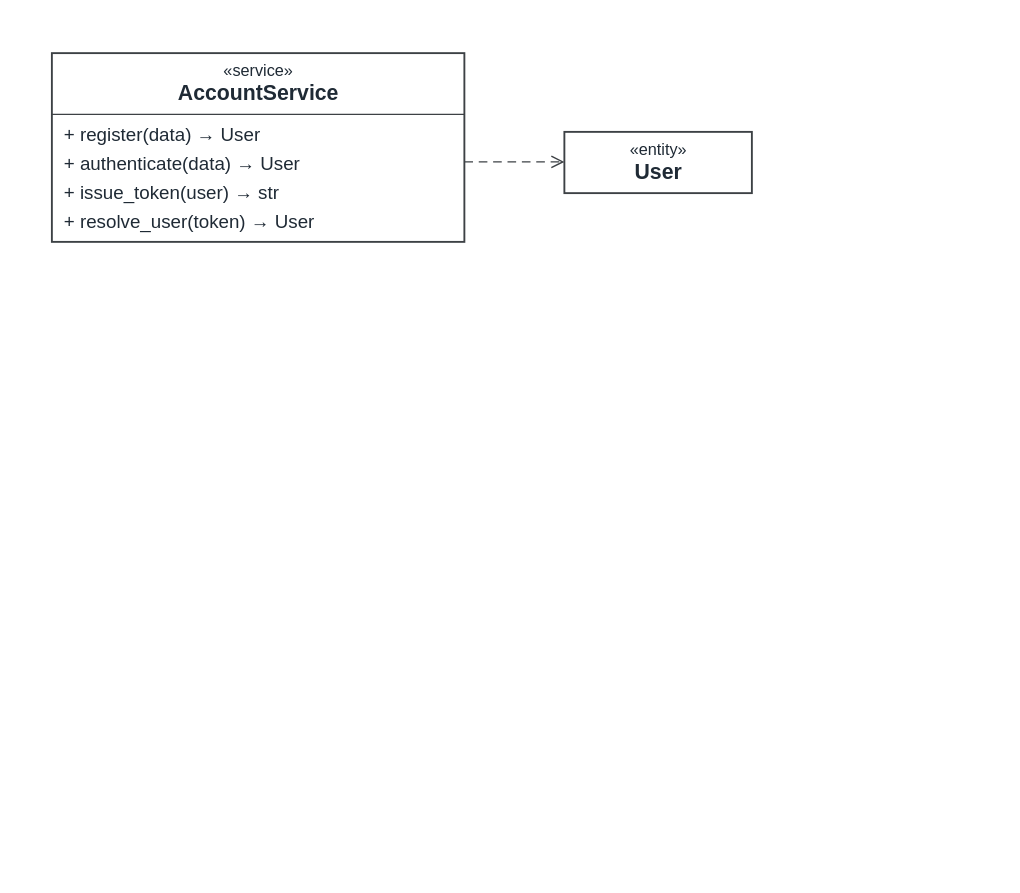
sure-660322/electronic-photo-album-system keeps this draw.io diagram as docs/面向对象设计/图稿/类图/03_账户管理设计类图.drawio. Above is the earlier version. Source tidied: cells renumbered, new cells numbered last; positions are measured from the earlier drawing's top-left corner, leaving out a move shared by most shapes. Both pictures are drawn from the tidied source at 125%, with x=0, y=0 at pixel (21, 21).
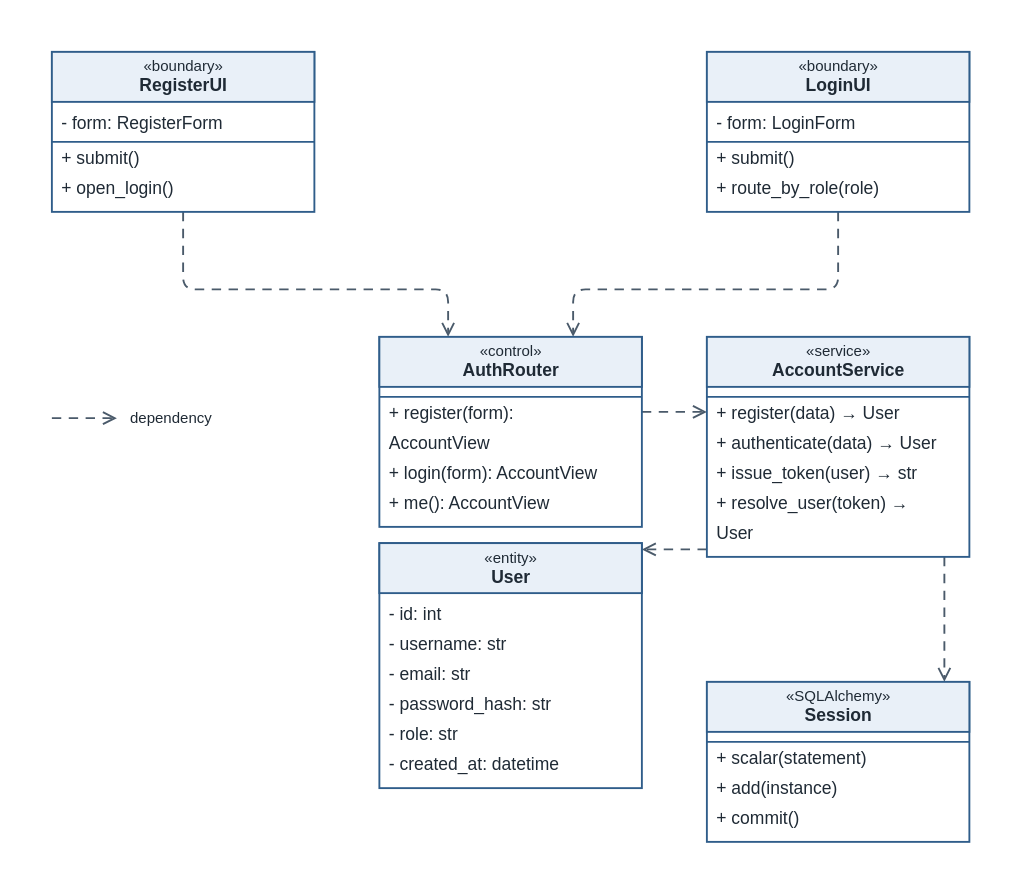
After the change.

Diff of the diagram source:
```diff
@@
     <mxCell id="2" style="rounded=0;whiteSpace=wrap;html=1;fillColor=#FFFFFF;strokeColor=none;" parent="1" vertex="1">
-      <mxGeometry width="608" height="202" as="geometry" />
+      <mxGeometry width="782" height="680" as="geometry" />
     </mxCell>
-    <mxCell id="3" style="strokeColor=#3D4145;strokeWidth=1.15;startArrow=none;endArrow=open;dashed=1;dashPattern=6 4;endFill=0;endSize=8;" parent="1" edge="1">
+    <mxCell id="3" style="strokeColor=#4A5A6A;strokeWidth=1.5;startArrow=none;endArrow=open;dashed=1;dashPattern=5 4;endFill=0;endSize=8;" parent="1" edge="1">
       <mxGeometry relative="1" as="geometry">
-        <mxPoint x="354" y="112" as="sourcePoint" />
-        <mxPoint x="434" y="112" as="targetPoint" />
+        <mxPoint x="129" y="152" as="sourcePoint" />
+        <mxPoint x="341" y="252" as="targetPoint" />
+        <Array as="points">
+          <mxPoint x="129" y="214" />
+          <mxPoint x="341" y="214" />
+        </Array>
       </mxGeometry>
     </mxCell>
-    <mxCell id="4" style="rounded=0;fillColor=#FFFFFF;strokeColor=#3D4145;strokeWidth=1.5;" parent="1" vertex="1">
-      <mxGeometry x="24" y="25" width="330" height="151" as="geometry" />
+    <mxCell id="4" style="strokeColor=#4A5A6A;strokeWidth=1.5;startArrow=none;endArrow=open;dashed=1;dashPattern=5 4;endFill=0;endSize=8;" parent="1" edge="1">
+      <mxGeometry relative="1" as="geometry">
+        <mxPoint x="653" y="152" as="sourcePoint" />
+        <mxPoint x="441" y="252" as="targetPoint" />
+        <Array as="points">
+          <mxPoint x="653" y="214" />
+          <mxPoint x="441" y="214" />
+        </Array>
+      </mxGeometry>
     </mxCell>
-    <mxCell id="5" value="«service»" style="text;html=1;align=center;verticalAlign=middle;fillColor=none;strokeColor=none;fontFamily=Microsoft YaHei;fontSize=12;fontColor=#1F2A35;fontSize=13;align=center;fontStyle=0;" parent="1" vertex="1">
-      <mxGeometry x="29" y="28" width="320" height="21" as="geometry" />
+    <mxCell id="5" style="strokeColor=#4A5A6A;strokeWidth=1.5;startArrow=none;endArrow=open;dashed=1;dashPattern=5 4;endFill=0;endSize=8;" parent="1" edge="1">
+      <mxGeometry relative="1" as="geometry">
+        <mxPoint x="496" y="312" as="sourcePoint" />
+        <mxPoint x="548" y="312" as="targetPoint" />
+      </mxGeometry>
     </mxCell>
-    <mxCell id="6" value="AccountService" style="text;html=1;align=center;verticalAlign=middle;fillColor=none;strokeColor=none;fontFamily=Microsoft YaHei;fontSize=12;fontColor=#1F2A35;fontSize=17;align=center;fontStyle=1;" parent="1" vertex="1">
-      <mxGeometry x="29" y="44" width="320" height="27" as="geometry" />
+    <mxCell id="6" style="strokeColor=#4A5A6A;strokeWidth=1.5;startArrow=none;endArrow=open;dashed=1;dashPattern=5 4;endFill=0;endSize=8;" parent="1" edge="1">
+      <mxGeometry relative="1" as="geometry">
+        <mxPoint x="548" y="422" as="sourcePoint" />
+        <mxPoint x="496" y="422" as="targetPoint" />
+      </mxGeometry>
     </mxCell>
-    <mxCell id="7" style="strokeColor=#3D4145;strokeWidth=1.15;startArrow=none;endArrow=none;" parent="1" edge="1">
+    <mxCell id="7" style="strokeColor=#4A5A6A;strokeWidth=1.5;startArrow=none;endArrow=open;dashed=1;dashPattern=5 4;endFill=0;endSize=8;" parent="1" edge="1">
       <mxGeometry relative="1" as="geometry">
-        <mxPoint x="24" y="74" as="sourcePoint" />
-        <mxPoint x="354" y="74" as="targetPoint" />
+        <mxPoint x="738" y="428" as="sourcePoint" />
+        <mxPoint x="738" y="528" as="targetPoint" />
       </mxGeometry>
     </mxCell>
-    <mxCell id="8" value="+ register(data) → User" style="text;html=1;align=center;verticalAlign=middle;fillColor=none;strokeColor=none;fontFamily=Microsoft YaHei;fontSize=12;fontColor=#1F2A35;fontSize=15;align=left;fontStyle=0;" parent="1" vertex="1">
-      <mxGeometry x="32" y="79" width="314" height="22" as="geometry" />
+    <mxCell id="8" style="rounded=0;fillColor=#FFFFFF;strokeColor=#2F5D8A;strokeWidth=1.5;" parent="1" vertex="1">
+      <mxGeometry x="24" y="24" width="210" height="128" as="geometry" />
     </mxCell>
-    <mxCell id="9" value="+ authenticate(data) → User" style="text;html=1;align=center;verticalAlign=middle;fillColor=none;strokeColor=none;fontFamily=Microsoft YaHei;fontSize=12;fontColor=#1F2A35;fontSize=15;align=left;fontStyle=0;" parent="1" vertex="1">
-      <mxGeometry x="32" y="102" width="314" height="22" as="geometry" />
+    <mxCell id="9" style="rounded=0;fillColor=#E9F0F8;strokeColor=#2F5D8A;strokeWidth=1.5;" parent="1" vertex="1">
+      <mxGeometry x="24" y="24" width="210" height="40" as="geometry" />
     </mxCell>
-    <mxCell id="10" value="+ issue_token(user) → str" style="text;html=1;align=center;verticalAlign=middle;fillColor=none;strokeColor=none;fontFamily=Microsoft YaHei;fontSize=12;fontColor=#1F2A35;fontSize=15;align=left;fontStyle=0;" parent="1" vertex="1">
-      <mxGeometry x="32" y="125" width="314" height="22" as="geometry" />
+    <mxCell id="10" value="«boundary»" style="text;html=1;align=center;verticalAlign=middle;fillColor=none;strokeColor=none;fontFamily=Microsoft YaHei;fontSize=12;fontColor=#1F2A35;fontSize=12;align=center;fontStyle=0;" parent="1" vertex="1">
+      <mxGeometry x="28" y="27" width="202" height="18" as="geometry" />
     </mxCell>
-    <mxCell id="11" value="+ resolve_user(token) → User" style="text;html=1;align=center;verticalAlign=middle;fillColor=none;strokeColor=none;fontFamily=Microsoft YaHei;fontSize=12;fontColor=#1F2A35;fontSize=15;align=left;fontStyle=0;" parent="1" vertex="1">
-      <mxGeometry x="32" y="148" width="314" height="22" as="geometry" />
+    <mxCell id="11" value="RegisterUI" style="text;html=1;align=center;verticalAlign=middle;fillColor=none;strokeColor=none;fontFamily=Microsoft YaHei;fontSize=12;fontColor=#1F2A35;fontSize=14;align=center;fontStyle=1;" parent="1" vertex="1">
+      <mxGeometry x="28" y="40" width="202" height="22" as="geometry" />
     </mxCell>
-    <mxCell id="12" style="rounded=0;fillColor=#FFFFFF;strokeColor=#3D4145;strokeWidth=1.5;" parent="1" vertex="1">
-      <mxGeometry x="434" y="88" width="150" height="49" as="geometry" />
+    <mxCell id="12" value="- form: RegisterForm" style="text;html=1;align=center;verticalAlign=middle;fillColor=none;strokeColor=none;fontFamily=Microsoft YaHei;fontSize=12;fontColor=#1F2A35;fontSize=14;align=left;fontStyle=0;" parent="1" vertex="1">
+      <mxGeometry x="30" y="70" width="200" height="22" as="geometry" />
     </mxCell>
-    <mxCell id="13" value="«entity»" style="text;html=1;align=center;verticalAlign=middle;fillColor=none;strokeColor=none;fontFamily=Microsoft YaHei;fontSize=12;fontColor=#1F2A35;fontSize=13;align=center;fontStyle=0;" parent="1" vertex="1">
-      <mxGeometry x="439" y="91" width="140" height="21" as="geometry" />
+    <mxCell id="13" style="strokeColor=#2F5D8A;strokeWidth=1.5;startArrow=none;endArrow=none;" parent="1" edge="1">
+      <mxGeometry relative="1" as="geometry">
+        <mxPoint x="24" y="96" as="sourcePoint" />
+        <mxPoint x="234" y="96" as="targetPoint" />
+      </mxGeometry>
     </mxCell>
-    <mxCell id="14" value="User" style="text;html=1;align=center;verticalAlign=middle;fillColor=none;strokeColor=none;fontFamily=Microsoft YaHei;fontSize=12;fontColor=#1F2A35;fontSize=17;align=center;fontStyle=1;" parent="1" vertex="1">
-      <mxGeometry x="439" y="107" width="140" height="27" as="geometry" />
+    <mxCell id="14" value="+ submit()" style="text;html=1;align=center;verticalAlign=middle;fillColor=none;strokeColor=none;fontFamily=Microsoft YaHei;fontSize=12;fontColor=#1F2A35;fontSize=14;align=left;fontStyle=0;" parent="1" vertex="1">
+      <mxGeometry x="30" y="98" width="200" height="22" as="geometry" />
     </mxCell>
+    <mxCell id="15" value="+ open_login()" style="text;html=1;align=center;verticalAlign=middle;fillColor=none;strokeColor=none;fontFamily=Microsoft YaHei;fontSize=12;fontColor=#1F2A35;fontSize=14;align=left;fontStyle=0;" parent="1" vertex="1">
+      <mxGeometry x="30" y="122" width="200" height="22" as="geometry" />
+    </mxCell>
+    <mxCell id="16" style="rounded=0;fillColor=#FFFFFF;strokeColor=#2F5D8A;strokeWidth=1.5;" parent="1" vertex="1">
+      <mxGeometry x="548" y="24" width="210" height="128" as="geometry" />
+    </mxCell>
+    <mxCell id="17" style="rounded=0;fillColor=#E9F0F8;strokeColor=#2F5D8A;strokeWidth=1.5;" parent="1" vertex="1">
+      <mxGeometry x="548" y="24" width="210" height="40" as="geometry" />
+    </mxCell>
+    <mxCell id="18" value="«boundary»" style="text;html=1;align=center;verticalAlign=middle;fillColor=none;strokeColor=none;fontFamily=Microsoft YaHei;fontSize=12;fontColor=#1F2A35;fontSize=12;align=center;fontStyle=0;" parent="1" vertex="1">
+      <mxGeometry x="552" y="27" width="202" height="18" as="geometry" />
+    </mxCell>
+    <mxCell id="19" value="LoginUI" style="text;html=1;align=center;verticalAlign=middle;fillColor=none;strokeColor=none;fontFamily=Microsoft YaHei;fontSize=12;fontColor=#1F2A35;fontSize=14;align=center;fontStyle=1;" parent="1" vertex="1">
+      <mxGeometry x="552" y="40" width="202" height="22" as="geometry" />
+    </mxCell>
+    <mxCell id="20" value="- form: LoginForm" style="text;html=1;align=center;verticalAlign=middle;fillColor=none;strokeColor=none;fontFamily=Microsoft YaHei;fontSize=12;fontColor=#1F2A35;fontSize=14;align=left;fontStyle=0;" parent="1" vertex="1">
+      <mxGeometry x="554" y="70" width="200" height="22" as="geometry" />
+    </mxCell>
+    <mxCell id="21" style="strokeColor=#2F5D8A;strokeWidth=1.5;startArrow=none;endArrow=none;" parent="1" edge="1">
+      <mxGeometry relative="1" as="geometry">
+        <mxPoint x="548" y="96" as="sourcePoint" />
+        <mxPoint x="758" y="96" as="targetPoint" />
+      </mxGeometry>
+    </mxCell>
+    <mxCell id="22" value="+ submit()" style="text;html=1;align=center;verticalAlign=middle;fillColor=none;strokeColor=none;fontFamily=Microsoft YaHei;fontSize=12;fontColor=#1F2A35;fontSize=14;align=left;fontStyle=0;" parent="1" vertex="1">
+      <mxGeometry x="554" y="98" width="200" height="22" as="geometry" />
+    </mxCell>
+    <mxCell id="23" value="+ route_by_role(role)" style="text;html=1;align=center;verticalAlign=middle;fillColor=none;strokeColor=none;fontFamily=Microsoft YaHei;fontSize=12;fontColor=#1F2A35;fontSize=14;align=left;fontStyle=0;" parent="1" vertex="1">
+      <mxGeometry x="554" y="122" width="200" height="22" as="geometry" />
+    </mxCell>
+    <mxCell id="24" style="rounded=0;fillColor=#FFFFFF;strokeColor=#2F5D8A;strokeWidth=1.5;" parent="1" vertex="1">
+      <mxGeometry x="286" y="252" width="210" height="152" as="geometry" />
+    </mxCell>
+    <mxCell id="25" style="rounded=0;fillColor=#E9F0F8;strokeColor=#2F5D8A;strokeWidth=1.5;" parent="1" vertex="1">
+      <mxGeometry x="286" y="252" width="210" height="40" as="geometry" />
+    </mxCell>
+    <mxCell id="26" value="«control»" style="text;html=1;align=center;verticalAlign=middle;fillColor=none;strokeColor=none;fontFamily=Microsoft YaHei;fontSize=12;fontColor=#1F2A35;fontSize=12;align=center;fontStyle=0;" parent="1" vertex="1">
+      <mxGeometry x="290" y="255" width="202" height="18" as="geometry" />
+    </mxCell>
+    <mxCell id="27" value="AuthRouter" style="text;html=1;align=center;verticalAlign=middle;fillColor=none;strokeColor=none;fontFamily=Microsoft YaHei;fontSize=12;fontColor=#1F2A35;fontSize=14;align=center;fontStyle=1;" parent="1" vertex="1">
+      <mxGeometry x="290" y="268" width="202" height="22" as="geometry" />
+    </mxCell>
+    <mxCell id="28" style="strokeColor=#2F5D8A;strokeWidth=1.5;startArrow=none;endArrow=none;" parent="1" edge="1">
+      <mxGeometry relative="1" as="geometry">
+        <mxPoint x="286" y="300" as="sourcePoint" />
+        <mxPoint x="496" y="300" as="targetPoint" />
+      </mxGeometry>
+    </mxCell>
+    <mxCell id="29" value="+ register(form):" style="text;html=1;align=center;verticalAlign=middle;fillColor=none;strokeColor=none;fontFamily=Microsoft YaHei;fontSize=12;fontColor=#1F2A35;fontSize=14;align=left;fontStyle=0;" parent="1" vertex="1">
+      <mxGeometry x="292" y="302" width="200" height="22" as="geometry" />
+    </mxCell>
+    <mxCell id="30" value="AccountView" style="text;html=1;align=center;verticalAlign=middle;fillColor=none;strokeColor=none;fontFamily=Microsoft YaHei;fontSize=12;fontColor=#1F2A35;fontSize=14;align=left;fontStyle=0;" parent="1" vertex="1">
+      <mxGeometry x="292" y="326" width="200" height="22" as="geometry" />
+    </mxCell>
+    <mxCell id="31" value="+ login(form): AccountView" style="text;html=1;align=center;verticalAlign=middle;fillColor=none;strokeColor=none;fontFamily=Microsoft YaHei;fontSize=12;fontColor=#1F2A35;fontSize=14;align=left;fontStyle=0;" parent="1" vertex="1">
+      <mxGeometry x="292" y="350" width="200" height="22" as="geometry" />
+    </mxCell>
+    <mxCell id="32" value="+ me(): AccountView" style="text;html=1;align=center;verticalAlign=middle;fillColor=none;strokeColor=none;fontFamily=Microsoft YaHei;fontSize=12;fontColor=#1F2A35;fontSize=14;align=left;fontStyle=0;" parent="1" vertex="1">
+      <mxGeometry x="292" y="374" width="200" height="22" as="geometry" />
+    </mxCell>
+    <mxCell id="33" style="rounded=0;fillColor=#FFFFFF;strokeColor=#2F5D8A;strokeWidth=1.5;" parent="1" vertex="1">
+      <mxGeometry x="548" y="252" width="210" height="176" as="geometry" />
+    </mxCell>
+    <mxCell id="34" style="rounded=0;fillColor=#E9F0F8;strokeColor=#2F5D8A;strokeWidth=1.5;" parent="1" vertex="1">
+      <mxGeometry x="548" y="252" width="210" height="40" as="geometry" />
+    </mxCell>
+    <mxCell id="35" value="«service»" style="text;html=1;align=center;verticalAlign=middle;fillColor=none;strokeColor=none;fontFamily=Microsoft YaHei;fontSize=12;fontColor=#1F2A35;fontSize=12;align=center;fontStyle=0;" parent="1" vertex="1">
+      <mxGeometry x="552" y="255" width="202" height="18" as="geometry" />
+    </mxCell>
+    <mxCell id="36" value="AccountService" style="text;html=1;align=center;verticalAlign=middle;fillColor=none;strokeColor=none;fontFamily=Microsoft YaHei;fontSize=12;fontColor=#1F2A35;fontSize=14;align=center;fontStyle=1;" parent="1" vertex="1">
+      <mxGeometry x="552" y="268" width="202" height="22" as="geometry" />
+    </mxCell>
+    <mxCell id="37" style="strokeColor=#2F5D8A;strokeWidth=1.5;startArrow=none;endArrow=none;" parent="1" edge="1">
+      <mxGeometry relative="1" as="geometry">
+        <mxPoint x="548" y="300" as="sourcePoint" />
+        <mxPoint x="758" y="300" as="targetPoint" />
+      </mxGeometry>
+    </mxCell>
+    <mxCell id="38" value="+ register(data) → User" style="text;html=1;align=center;verticalAlign=middle;fillColor=none;strokeColor=none;fontFamily=Microsoft YaHei;fontSize=12;fontColor=#1F2A35;fontSize=14;align=left;fontStyle=0;" parent="1" vertex="1">
+      <mxGeometry x="554" y="302" width="200" height="22" as="geometry" />
+    </mxCell>
+    <mxCell id="39" value="+ authenticate(data) → User" style="text;html=1;align=center;verticalAlign=middle;fillColor=none;strokeColor=none;fontFamily=Microsoft YaHei;fontSize=12;fontColor=#1F2A35;fontSize=14;align=left;fontStyle=0;" parent="1" vertex="1">
+      <mxGeometry x="554" y="326" width="200" height="22" as="geometry" />
+    </mxCell>
+    <mxCell id="40" value="+ issue_token(user) → str" style="text;html=1;align=center;verticalAlign=middle;fillColor=none;strokeColor=none;fontFamily=Microsoft YaHei;fontSize=12;fontColor=#1F2A35;fontSize=14;align=left;fontStyle=0;" parent="1" vertex="1">
+      <mxGeometry x="554" y="350" width="200" height="22" as="geometry" />
+    </mxCell>
+    <mxCell id="41" value="+ resolve_user(token) →" style="text;html=1;align=center;verticalAlign=middle;fillColor=none;strokeColor=none;fontFamily=Microsoft YaHei;fontSize=12;fontColor=#1F2A35;fontSize=14;align=left;fontStyle=0;" parent="1" vertex="1">
+      <mxGeometry x="554" y="374" width="200" height="22" as="geometry" />
+    </mxCell>
+    <mxCell id="42" value="User" style="text;html=1;align=center;verticalAlign=middle;fillColor=none;strokeColor=none;fontFamily=Microsoft YaHei;fontSize=12;fontColor=#1F2A35;fontSize=14;align=left;fontStyle=0;" parent="1" vertex="1">
+      <mxGeometry x="554" y="398" width="200" height="22" as="geometry" />
+    </mxCell>
+    <mxCell id="43" style="rounded=0;fillColor=#FFFFFF;strokeColor=#2F5D8A;strokeWidth=1.5;" parent="1" vertex="1">
+      <mxGeometry x="286" y="417" width="210" height="196" as="geometry" />
+    </mxCell>
+    <mxCell id="44" style="rounded=0;fillColor=#E9F0F8;strokeColor=#2F5D8A;strokeWidth=1.5;" parent="1" vertex="1">
+      <mxGeometry x="286" y="417" width="210" height="40" as="geometry" />
+    </mxCell>
+    <mxCell id="45" value="«entity»" style="text;html=1;align=center;verticalAlign=middle;fillColor=none;strokeColor=none;fontFamily=Microsoft YaHei;fontSize=12;fontColor=#1F2A35;fontSize=12;align=center;fontStyle=0;" parent="1" vertex="1">
+      <mxGeometry x="290" y="420" width="202" height="18" as="geometry" />
+    </mxCell>
+    <mxCell id="46" value="User" style="text;html=1;align=center;verticalAlign=middle;fillColor=none;strokeColor=none;fontFamily=Microsoft YaHei;fontSize=12;fontColor=#1F2A35;fontSize=14;align=center;fontStyle=1;" parent="1" vertex="1">
+      <mxGeometry x="290" y="433" width="202" height="22" as="geometry" />
+    </mxCell>
+    <mxCell id="47" value="- id: int" style="text;html=1;align=center;verticalAlign=middle;fillColor=none;strokeColor=none;fontFamily=Microsoft YaHei;fontSize=12;fontColor=#1F2A35;fontSize=14;align=left;fontStyle=0;" parent="1" vertex="1">
+      <mxGeometry x="292" y="463" width="200" height="22" as="geometry" />
+    </mxCell>
+    <mxCell id="48" value="- username: str" style="text;html=1;align=center;verticalAlign=middle;fillColor=none;strokeColor=none;fontFamily=Microsoft YaHei;fontSize=12;fontColor=#1F2A35;fontSize=14;align=left;fontStyle=0;" parent="1" vertex="1">
+      <mxGeometry x="292" y="487" width="200" height="22" as="geometry" />
+    </mxCell>
+    <mxCell id="49" value="- email: str" style="text;html=1;align=center;verticalAlign=middle;fillColor=none;strokeColor=none;fontFamily=Microsoft YaHei;fontSize=12;fontColor=#1F2A35;fontSize=14;align=left;fontStyle=0;" parent="1" vertex="1">
+      <mxGeometry x="292" y="511" width="200" height="22" as="geometry" />
+    </mxCell>
+    <mxCell id="50" value="- password_hash: str" style="text;html=1;align=center;verticalAlign=middle;fillColor=none;strokeColor=none;fontFamily=Microsoft YaHei;fontSize=12;fontColor=#1F2A35;fontSize=14;align=left;fontStyle=0;" parent="1" vertex="1">
+      <mxGeometry x="292" y="535" width="200" height="22" as="geometry" />
+    </mxCell>
+    <mxCell id="51" value="- role: str" style="text;html=1;align=center;verticalAlign=middle;fillColor=none;strokeColor=none;fontFamily=Microsoft YaHei;fontSize=12;fontColor=#1F2A35;fontSize=14;align=left;fontStyle=0;" parent="1" vertex="1">
+      <mxGeometry x="292" y="559" width="200" height="22" as="geometry" />
+    </mxCell>
+    <mxCell id="52" value="- created_at: datetime" style="text;html=1;align=center;verticalAlign=middle;fillColor=none;strokeColor=none;fontFamily=Microsoft YaHei;fontSize=12;fontColor=#1F2A35;fontSize=14;align=left;fontStyle=0;" parent="1" vertex="1">
+      <mxGeometry x="292" y="583" width="200" height="22" as="geometry" />
+    </mxCell>
+    <mxCell id="53" style="rounded=0;fillColor=#FFFFFF;strokeColor=#2F5D8A;strokeWidth=1.5;" parent="1" vertex="1">
+      <mxGeometry x="548" y="528" width="210" height="128" as="geometry" />
+    </mxCell>
+    <mxCell id="54" style="rounded=0;fillColor=#E9F0F8;strokeColor=#2F5D8A;strokeWidth=1.5;" parent="1" vertex="1">
+      <mxGeometry x="548" y="528" width="210" height="40" as="geometry" />
+    </mxCell>
+    <mxCell id="55" value="«SQLAlchemy»" style="text;html=1;align=center;verticalAlign=middle;fillColor=none;strokeColor=none;fontFamily=Microsoft YaHei;fontSize=12;fontColor=#1F2A35;fontSize=12;align=center;fontStyle=0;" parent="1" vertex="1">
+      <mxGeometry x="552" y="531" width="202" height="18" as="geometry" />
+    </mxCell>
+    <mxCell id="56" value="Session" style="text;html=1;align=center;verticalAlign=middle;fillColor=none;strokeColor=none;fontFamily=Microsoft YaHei;fontSize=12;fontColor=#1F2A35;fontSize=14;align=center;fontStyle=1;" parent="1" vertex="1">
+      <mxGeometry x="552" y="544" width="202" height="22" as="geometry" />
+    </mxCell>
+    <mxCell id="57" style="strokeColor=#2F5D8A;strokeWidth=1.5;startArrow=none;endArrow=none;" parent="1" edge="1">
+      <mxGeometry relative="1" as="geometry">
+        <mxPoint x="548" y="576" as="sourcePoint" />
+        <mxPoint x="758" y="576" as="targetPoint" />
+      </mxGeometry>
+    </mxCell>
+    <mxCell id="58" value="+ scalar(statement)" style="text;html=1;align=center;verticalAlign=middle;fillColor=none;strokeColor=none;fontFamily=Microsoft YaHei;fontSize=12;fontColor=#1F2A35;fontSize=14;align=left;fontStyle=0;" parent="1" vertex="1">
+      <mxGeometry x="554" y="578" width="200" height="22" as="geometry" />
+    </mxCell>
+    <mxCell id="59" value="+ add(instance)" style="text;html=1;align=center;verticalAlign=middle;fillColor=none;strokeColor=none;fontFamily=Microsoft YaHei;fontSize=12;fontColor=#1F2A35;fontSize=14;align=left;fontStyle=0;" parent="1" vertex="1">
+      <mxGeometry x="554" y="602" width="200" height="22" as="geometry" />
+    </mxCell>
+    <mxCell id="60" value="+ commit()" style="text;html=1;align=center;verticalAlign=middle;fillColor=none;strokeColor=none;fontFamily=Microsoft YaHei;fontSize=12;fontColor=#1F2A35;fontSize=14;align=left;fontStyle=0;" parent="1" vertex="1">
+      <mxGeometry x="554" y="626" width="200" height="22" as="geometry" />
+    </mxCell>
+    <mxCell id="61" style="strokeColor=#4A5A6A;strokeWidth=1.5;startArrow=none;endArrow=open;dashed=1;dashPattern=5 4;endFill=0;endSize=8;" parent="1" edge="1">
+      <mxGeometry relative="1" as="geometry">
+        <mxPoint x="24" y="317" as="sourcePoint" />
+        <mxPoint x="76" y="317" as="targetPoint" />
+      </mxGeometry>
+    </mxCell>
+    <mxCell id="62" value="dependency" style="text;html=1;align=center;verticalAlign=middle;fillColor=none;strokeColor=none;fontFamily=Microsoft YaHei;fontSize=12;fontColor=#1F2A35;fontSize=12;align=left;fontStyle=0;" parent="1" vertex="1">
+      <mxGeometry x="85" y="306" width="120" height="22" as="geometry" />
+    </mxCell>
```
